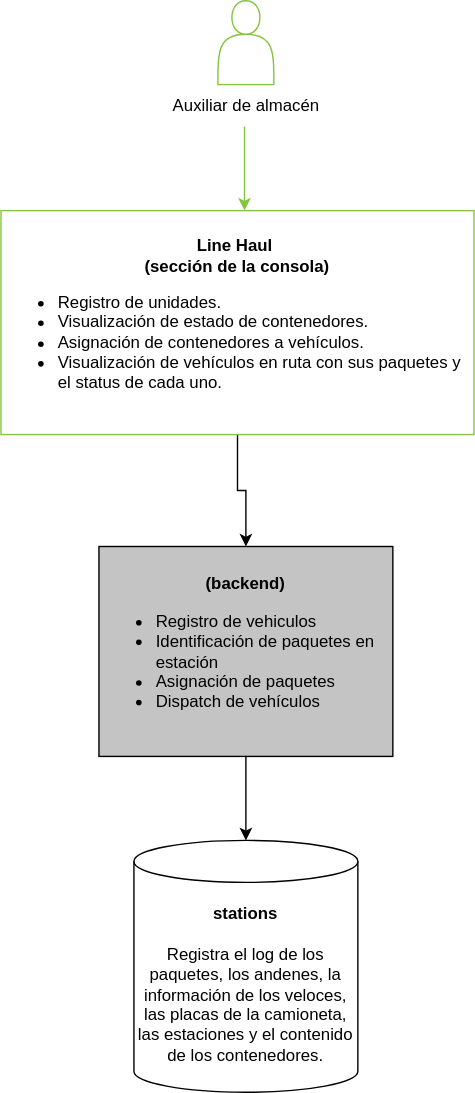
The draw.io diagram Diagrama C1 Line Haul.svg in dani99m/Diagramas, before a commit. Source tidied: cells renumbered, new cells last; positions are measured from the earlier drawing's top-left corner, leaving out a move shared by most shapes.
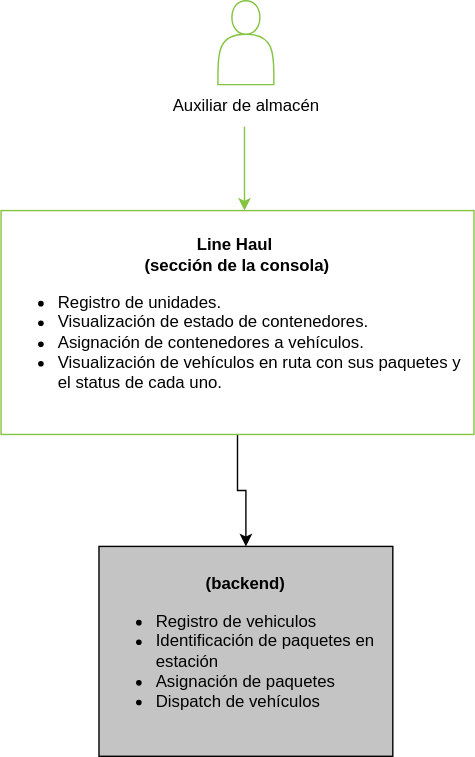
The same diagram one commit later.

Diff of the diagram source:
```diff
@@ -23,17 +23,6 @@
     <mxCell id="6" value="&lt;b style=&quot;background-color: initial;&quot;&gt;Line Haul&amp;nbsp;&lt;br&gt;(sección de la consola)&lt;br&gt;&lt;/b&gt;&lt;ul&gt;&lt;li style=&quot;text-align: left;&quot;&gt;Registro de unidades.&lt;/li&gt;&lt;li style=&quot;text-align: left;&quot;&gt;Visualización de estado de contenedores.&lt;/li&gt;&lt;li style=&quot;text-align: left;&quot;&gt;Asignación de contenedores a vehículos.&lt;/li&gt;&lt;li style=&quot;text-align: left;&quot;&gt;Visualización de vehículos en ruta con sus paquetes y el status de cada uno.&lt;/li&gt;&lt;/ul&gt;" style="rounded=0;whiteSpace=wrap;html=1;strokeColor=#85C440;" parent="1" vertex="1">
       <mxGeometry y="150" width="338" height="160" as="geometry" />
     </mxCell>
-    <mxCell id="7" value="&lt;span style=&quot;background-color: initial; text-align: left;&quot;&gt;&lt;b&gt;stations&lt;br&gt;&lt;/b&gt;&lt;br&gt;Registra el log de los paquetes, los andenes, la información de los veloces, las placas de la camioneta, las estaciones y el contenido de los contenedores.&lt;/span&gt;" style="shape=cylinder3;whiteSpace=wrap;html=1;boundedLbl=1;backgroundOutline=1;size=15;" parent="1" vertex="1">
-      <mxGeometry x="95" y="600" width="160" height="180" as="geometry" />
-    </mxCell>
-    <mxCell id="8" style="edgeStyle=orthogonalEdgeStyle;rounded=0;jettySize=auto;html=1;entryX=0.5;entryY=0;entryDx=0;entryDy=0;entryPerimeter=0;" parent="1" edge="1" source="9" target="7">
-      <mxGeometry relative="1" as="geometry">
-        <Array as="points">
-          <mxPoint x="175" y="530" />
-          <mxPoint x="175" y="530" />
-        </Array>
-      </mxGeometry>
-    </mxCell>
     <mxCell id="9" value="&lt;b&gt;(backend)&lt;/b&gt;&lt;br&gt;&lt;div style=&quot;text-align: left;&quot;&gt;&lt;ul&gt;&lt;li&gt;Registro de vehiculos&lt;/li&gt;&lt;li&gt;Identificación de paquetes en estación&lt;/li&gt;&lt;li&gt;Asignación de paquetes&lt;/li&gt;&lt;li&gt;Dispatch de vehículos&lt;/li&gt;&lt;/ul&gt;&lt;/div&gt;" style="rounded=0;whiteSpace=wrap;html=1;fillColor=#C4C4C4;" parent="1" vertex="1">
       <mxGeometry x="70" y="390" width="210" height="150" as="geometry" />
     </mxCell>
```
